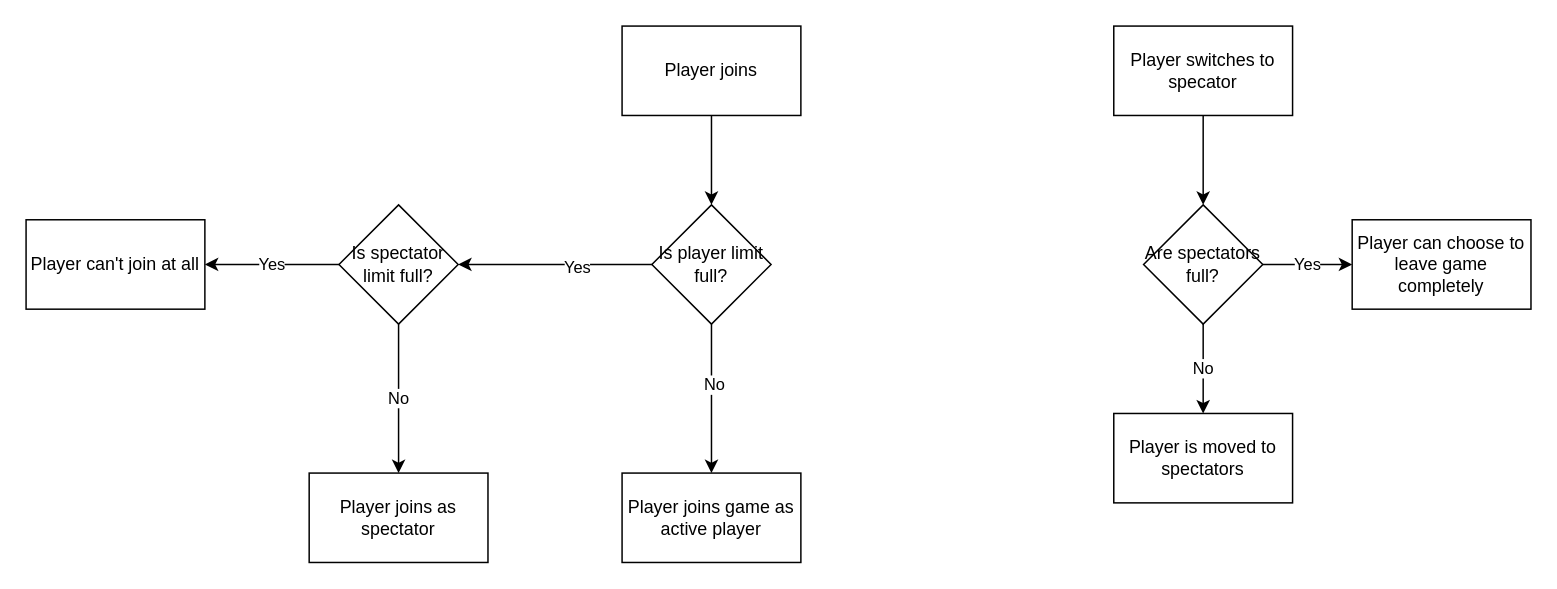
Earlier version of the draw.io diagram server/documentation/diagrams/Enforcing maximum player limit.drawio (Nikug/cards-against-humanity). Source tidied: cells renumbered, new cells numbered last; positions are measured from the earlier drawing's top-left corner, leaving out a move shared by most shapes. Both pictures are drawn from the tidied source at 149%, with x=0, y=0 at pixel (25, 25).
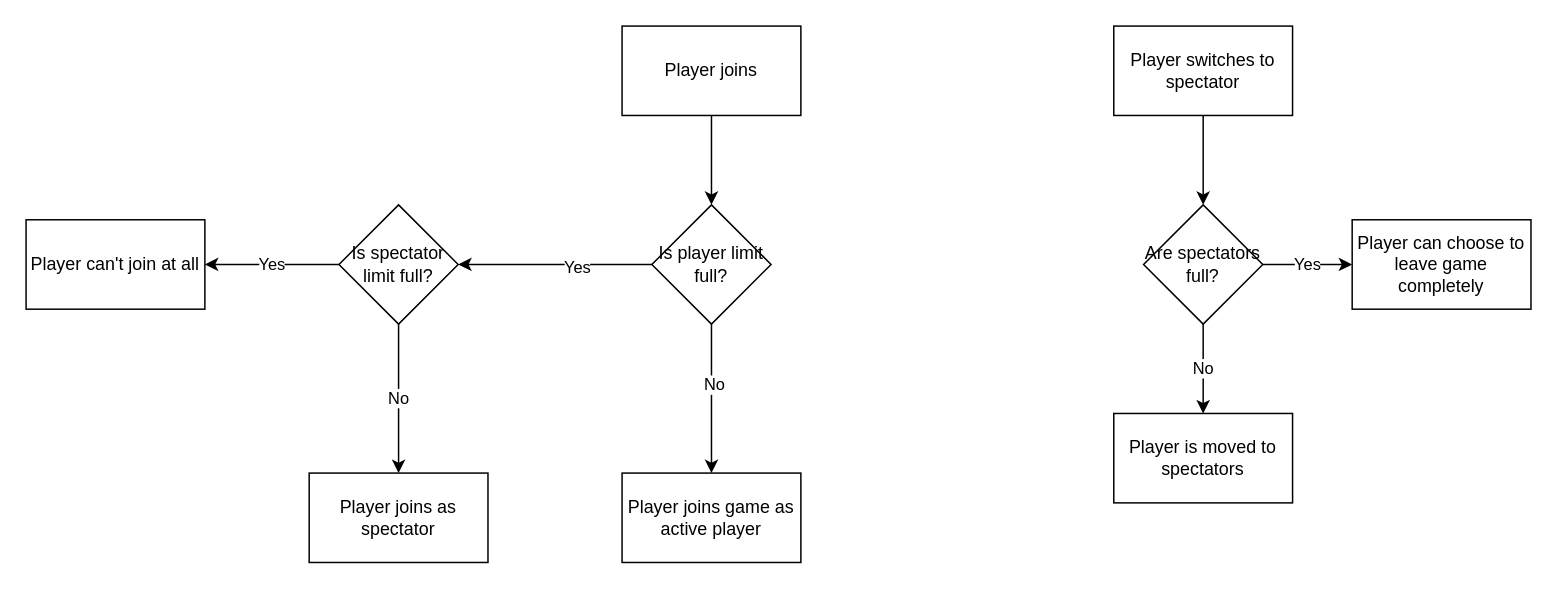
After the change.

Diff of the diagram source:
```diff
@@
-    <mxCell id="16" value="Player switches to specator" style="rounded=0;whiteSpace=wrap;html=1;" parent="1" vertex="1">
+    <mxCell id="16" value="Player switches to spectator" style="rounded=0;whiteSpace=wrap;html=1;" parent="1" vertex="1">
       <mxGeometry x="730" width="120" height="60" as="geometry" />
     </mxCell>
```
